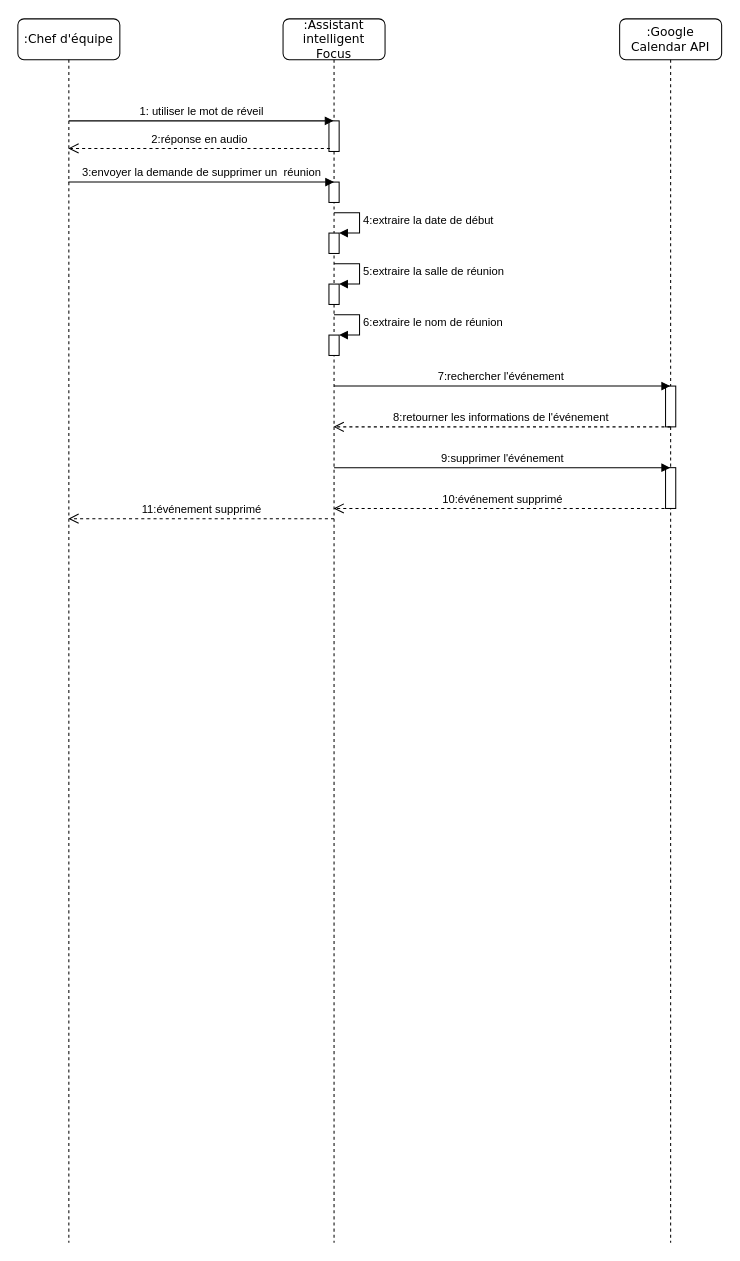
This is supprimer event.drawio from hanabouzid/diagrams, a draw.io file, before an edit. Source tidied: cells renumbered, new cells numbered last; positions are measured from the earlier drawing's top-left corner, leaving out a move shared by most shapes. Both pictures are drawn from the tidied source at 102%, with x=0, y=0 at pixel (17, 18).
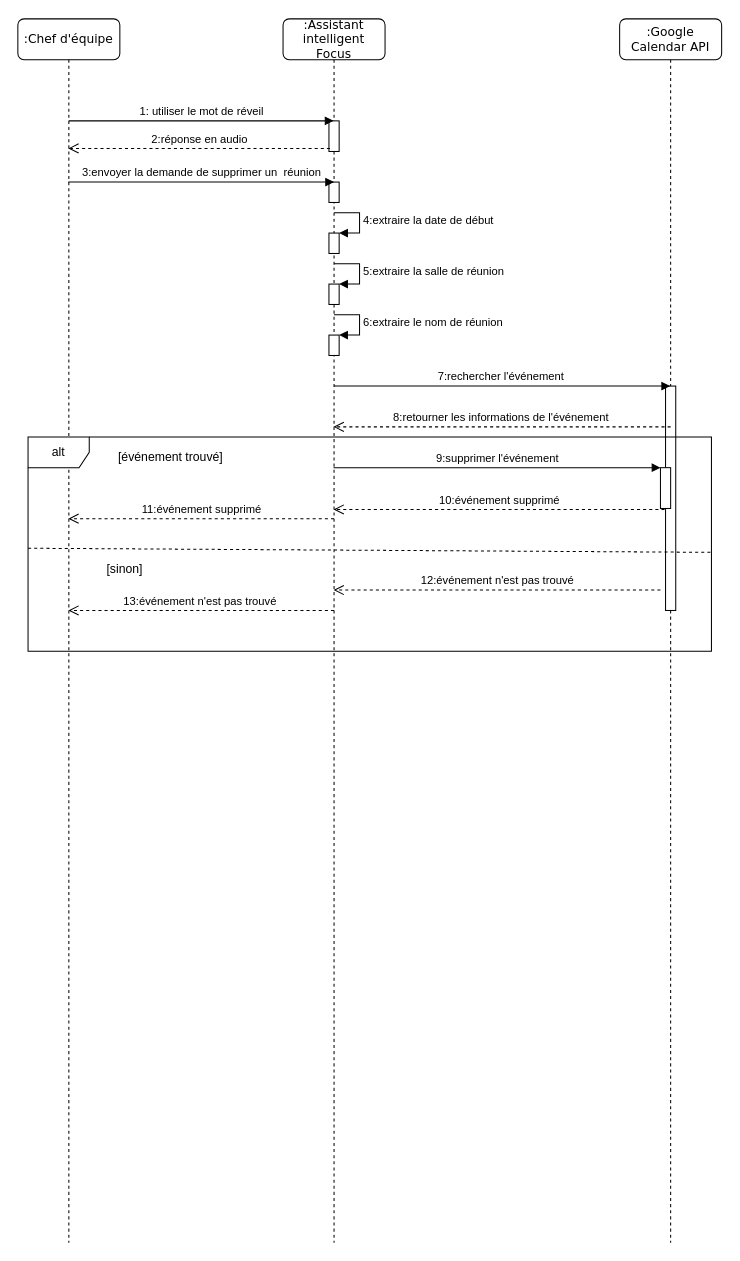
The same page after the edit.

The change refers to these unchanged cells:
```xml
<mxCell id="2" value=":Chef d'équipe" style="shape=umlLifeline;perimeter=lifelinePerimeter;whiteSpace=wrap;html=1;outlineConnect=0;rounded=1;shadow=0;comic=0;labelBackgroundColor=none;strokeWidth=1;fontFamily=Verdana;fontSize=12;align=center;" parent="1" vertex="1">
  <mxGeometry width="100" height="1200" as="geometry" />
</mxCell>
<mxCell id="3" value=":Assistant intelligent Focus" style="shape=umlLifeline;perimeter=lifelinePerimeter;whiteSpace=wrap;html=1;outlineConnect=0;rounded=1;shadow=0;comic=0;labelBackgroundColor=none;strokeWidth=1;fontFamily=Verdana;fontSize=12;align=center;" parent="1" vertex="1">
  <mxGeometry x="260" width="100" height="1200" as="geometry" />
</mxCell>
<mxCell id="12" value=":Google Calendar API" style="shape=umlLifeline;perimeter=lifelinePerimeter;whiteSpace=wrap;html=1;outlineConnect=0;rounded=1;shadow=0;comic=0;labelBackgroundColor=none;strokeWidth=1;fontFamily=Verdana;fontSize=12;align=center;" parent="1" vertex="1">
  <mxGeometry x="590" width="100" height="1200" as="geometry" />
</mxCell>
```

Diff of the diagram source:
```diff
@@
     <mxCell id="13" style="html=1;perimeter=orthogonalPerimeter;" parent="12" vertex="1">
-      <mxGeometry x="45" y="360" width="10" height="40" as="geometry" />
+      <mxGeometry x="45" y="360" width="10" height="220" as="geometry" />
     </mxCell>
-    <mxCell id="14" style="html=1;perimeter=orthogonalPerimeter;" parent="12" vertex="1">
-      <mxGeometry x="45" y="440" width="10" height="40" as="geometry" />
-    </mxCell>
+    <mxCell id="23" style="html=1;points=[];perimeter=orthogonalPerimeter;" parent="12" vertex="1">
+      <mxGeometry x="40" y="440" width="10" height="40" as="geometry" />
+    </mxCell>
@@
-    <mxCell id="20" value="9:supprimer l'événement" style="html=1;verticalAlign=bottom;endArrow=block;" parent="1" edge="1" target="12">
+    <mxCell id="20" value="9:supprimer l'événement" style="html=1;verticalAlign=bottom;endArrow=block;" parent="1" edge="1" source="3">
       <mxGeometry relative="1" as="geometry">
-        <mxPoint x="310" y="440" as="sourcePoint" />
+        <mxPoint x="630" y="440" as="targetPoint" />
       </mxGeometry>
     </mxCell>
-    <mxCell id="21" value="10:événement supprimé" style="html=1;verticalAlign=bottom;endArrow=open;dashed=1;endSize=8;" parent="1" edge="1" target="3">
-      <mxGeometry relative="1" as="geometry">
-        <mxPoint x="640" y="480" as="sourcePoint" />
-      </mxGeometry>
+    <mxCell id="21" value="10:événement supprimé" style="html=1;verticalAlign=bottom;endArrow=open;dashed=1;endSize=8;exitX=0.4;exitY=1.025;exitDx=0;exitDy=0;exitPerimeter=0;" parent="1" edge="1" source="23" target="3">
+      <mxGeometry relative="1" as="geometry" />
     </mxCell>
@@
+    <mxCell id="24" value="[événement trouvé]" style="text;html=1;strokeColor=none;fillColor=none;align=center;verticalAlign=middle;whiteSpace=wrap;rounded=0;" parent="1" vertex="1">
+      <mxGeometry x="90" y="420" width="120" height="20" as="geometry" />
+    </mxCell>
+    <mxCell id="25" value="[sinon]" style="text;html=1;strokeColor=none;fillColor=none;align=center;verticalAlign=middle;whiteSpace=wrap;rounded=0;" parent="1" vertex="1">
+      <mxGeometry x="20" y="530" width="170" height="20" as="geometry" />
+    </mxCell>
+    <mxCell id="26" value="12:événement n'est pas trouvé" style="html=1;verticalAlign=bottom;endArrow=open;dashed=1;endSize=8;" parent="1" edge="1" target="3">
+      <mxGeometry relative="1" as="geometry">
+        <mxPoint x="630" y="560" as="sourcePoint" />
+      </mxGeometry>
+    </mxCell>
+    <mxCell id="27" value="alt" style="shape=umlFrame;whiteSpace=wrap;html=1;" parent="1" vertex="1">
+      <mxGeometry x="10" y="410" width="670" height="210" as="geometry" />
+    </mxCell>
+    <mxCell id="28" style="endArrow=none;dashed=1;html=1;exitX=0;exitY=0.519;exitDx=0;exitDy=0;exitPerimeter=0;" parent="1" edge="1" source="27">
+      <mxGeometry relative="1" as="geometry">
+        <mxPoint x="680" y="523" as="targetPoint" />
+      </mxGeometry>
+    </mxCell>
+    <mxCell id="29" value="13:événement n'est pas trouvé&amp;nbsp;" style="html=1;verticalAlign=bottom;endArrow=open;dashed=1;endSize=8;" parent="1" edge="1" target="2">
+      <mxGeometry relative="1" as="geometry">
+        <mxPoint x="310" y="580" as="sourcePoint" />
+      </mxGeometry>
+    </mxCell>
```
